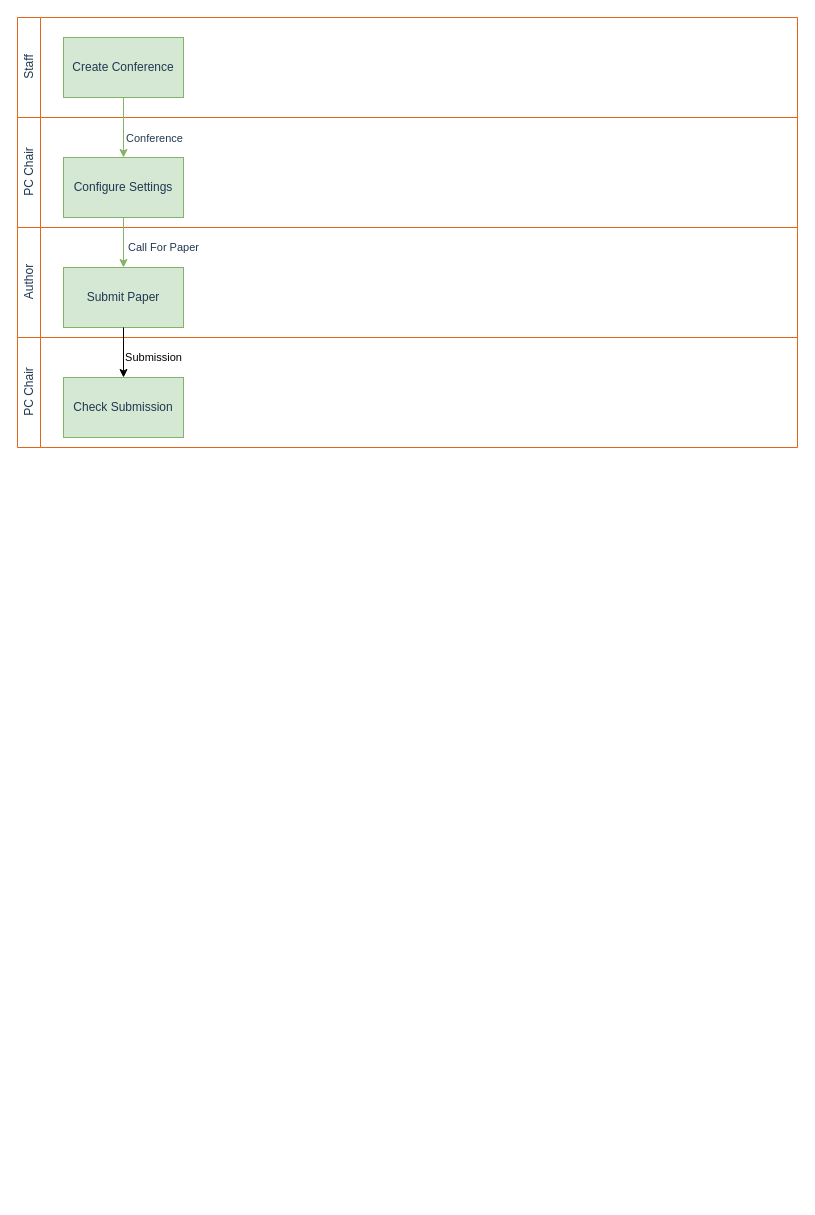
ThuongHoang456189/prepare-23-05-2023-files keeps this draw.io diagram as conference-management-workflow.drawio. Above is the earlier version. Source tidied: cells renumbered, new cells numbered last; positions are measured from the earlier drawing's top-left corner, leaving out a move shared by most shapes. Both pictures are drawn from the tidied source at 100%, with x=0, y=0 at pixel (17, 17).
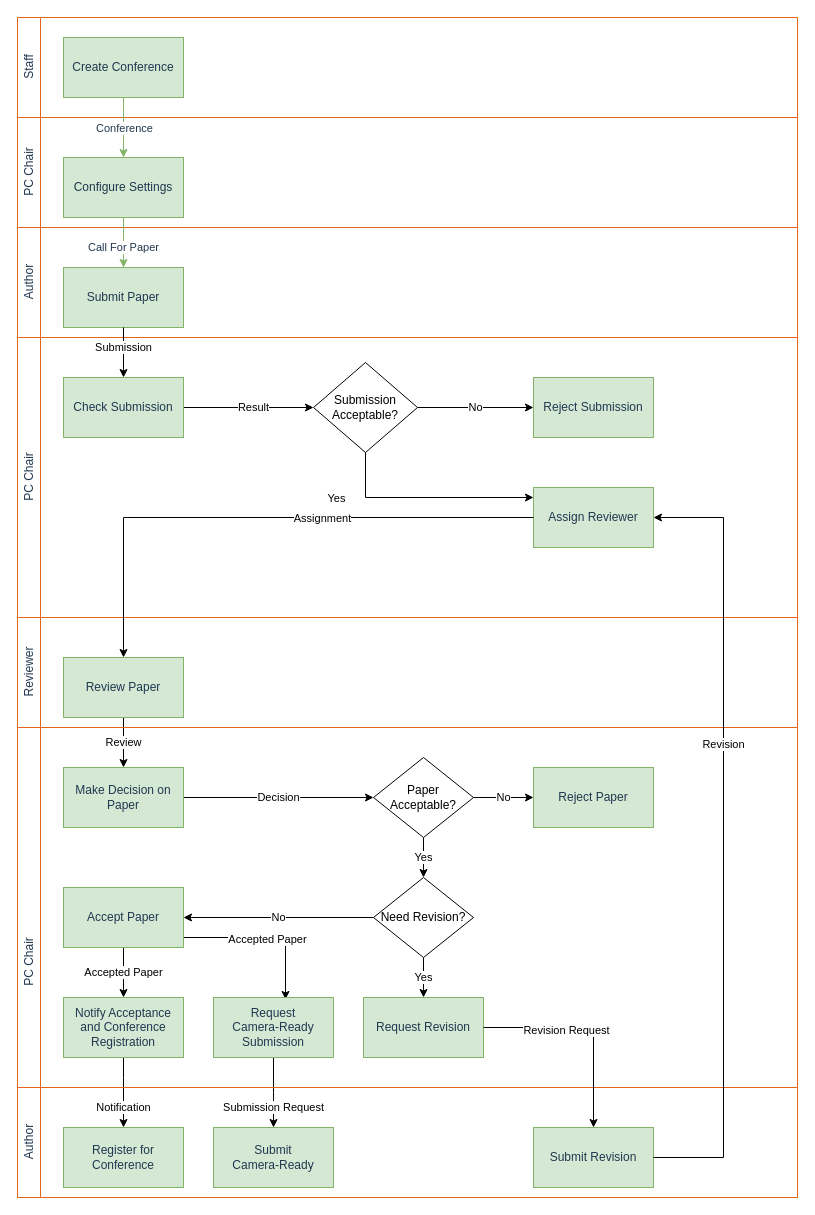
The same diagram, later.

Unchanged cells that the change refers to:
```xml
<mxCell id="5" value="&lt;font color=&quot;#203850&quot;&gt;Configure Settings&lt;/font&gt;" style="rounded=0;whiteSpace=wrap;html=1;fillColor=#d5e8d4;strokeColor=#82b366;" parent="4" vertex="1">
  <mxGeometry x="46" y="40" width="120" height="60" as="geometry" />
</mxCell>
<mxCell id="6" style="edgeStyle=orthogonalEdgeStyle;rounded=0;jettySize=auto;html=1;entryX=0.5;entryY=0;entryDx=0;entryDy=0;fillColor=#d5e8d4;strokeColor=#82b366;" parent="1" edge="1" source="3" target="5">
  <mxGeometry relative="1" as="geometry" />
</mxCell>
<mxCell id="9" value="&lt;font color=&quot;#203850&quot;&gt;Submit Paper&lt;/font&gt;" style="rounded=0;whiteSpace=wrap;html=1;fillColor=#d5e8d4;strokeColor=#82b366;" parent="8" vertex="1">
  <mxGeometry x="46" y="40" width="120" height="60" as="geometry" />
</mxCell>
<mxCell id="12" value="&lt;font color=&quot;#203850&quot;&gt;Check Submission&lt;/font&gt;" style="rounded=0;whiteSpace=wrap;html=1;fillColor=#d5e8d4;strokeColor=#82b366;" parent="11" vertex="1">
  <mxGeometry x="46" y="40" width="120" height="60" as="geometry" />
</mxCell>
```

Diff of the diagram source:
```diff
@@
     <mxCell id="7" value="&lt;font color=&quot;#203850&quot;&gt;Conference&lt;/font&gt;" style="edgeLabel;html=1;align=center;verticalAlign=middle;" parent="6" vertex="1">
       <mxGeometry x="-0.39" y="-1" relative="1" as="geometry">
-        <mxPoint x="31" y="22" as="offset" />
+        <mxPoint x="1" y="12" as="offset" />
       </mxGeometry>
     </mxCell>
@@
     <mxCell id="10" value="&lt;font color=&quot;#203850&quot;&gt;Call For Paper&lt;/font&gt;" style="edgeStyle=orthogonalEdgeStyle;rounded=0;jettySize=auto;html=1;exitX=0.5;exitY=1;exitDx=0;exitDy=0;entryX=0.5;entryY=0;entryDx=0;entryDy=0;strokeColor=#82b366;" parent="1" edge="1" source="5" target="9">
-      <mxGeometry x="0.2" y="40" relative="1" as="geometry" />
+      <mxGeometry x="0.2" relative="1" as="geometry" />
     </mxCell>
     <mxCell id="11" value="&lt;font color=&quot;#203850&quot;&gt;&lt;span style=&quot;font-weight: 400;&quot;&gt;PC Chair&lt;br&gt;&lt;/span&gt;&lt;/font&gt;" style="swimlane;horizontal=0;whiteSpace=wrap;html=1;strokeColor=#E66418;" parent="1" vertex="1">
-      <mxGeometry y="320" width="780" height="110" as="geometry" />
+      <mxGeometry y="320" width="780" height="280" as="geometry" />
     </mxCell>
+    <mxCell id="14" value="Result" style="edgeStyle=orthogonalEdgeStyle;rounded=0;jettySize=auto;html=1;entryX=0;entryY=0.5;entryDx=0;entryDy=0;" parent="11" edge="1" source="12" target="18">
+      <mxGeometry x="0.08" relative="1" as="geometry" />
+    </mxCell>
@@
+    <mxCell id="15" value="No" style="edgeStyle=orthogonalEdgeStyle;rounded=0;jettySize=auto;html=1;entryX=0;entryY=0.5;entryDx=0;entryDy=0;" parent="11" edge="1" source="18" target="19">
+      <mxGeometry relative="1" as="geometry" />
+    </mxCell>
+    <mxCell id="16" style="edgeStyle=orthogonalEdgeStyle;rounded=0;jettySize=auto;html=1;" parent="11" edge="1" source="18" target="20">
+      <mxGeometry relative="1" as="geometry">
+        <Array as="points">
+          <mxPoint x="348" y="160" />
+        </Array>
+      </mxGeometry>
+    </mxCell>
+    <mxCell id="17" value="Yes" style="edgeLabel;html=1;align=center;verticalAlign=middle;" parent="16" vertex="1">
+      <mxGeometry x="-0.22" relative="1" as="geometry">
+        <mxPoint x="-68" as="offset" />
+      </mxGeometry>
+    </mxCell>
+    <mxCell id="18" value="Submission Acceptable?" style="rhombus;whiteSpace=wrap;html=1;" parent="11" vertex="1">
+      <mxGeometry x="296" y="25" width="104" height="90" as="geometry" />
+    </mxCell>
+    <mxCell id="19" value="&lt;font color=&quot;#203850&quot;&gt;Reject Submission&lt;/font&gt;" style="rounded=0;whiteSpace=wrap;html=1;fillColor=#d5e8d4;strokeColor=#82b366;" parent="11" vertex="1">
+      <mxGeometry x="516" y="40" width="120" height="60" as="geometry" />
+    </mxCell>
+    <mxCell id="20" value="&lt;font color=&quot;#203850&quot;&gt;Assign Reviewer&lt;/font&gt;" style="rounded=0;whiteSpace=wrap;html=1;fillColor=#d5e8d4;strokeColor=#82b366;" parent="11" vertex="1">
+      <mxGeometry x="516" y="150" width="120" height="60" as="geometry" />
+    </mxCell>
     <mxCell id="13" value="Submission" style="edgeStyle=orthogonalEdgeStyle;rounded=0;jettySize=auto;html=1;exitX=0.5;exitY=1;exitDx=0;exitDy=0;entryX=0.5;entryY=0;entryDx=0;entryDy=0;" parent="1" edge="1" source="9" target="12">
-      <mxGeometry x="0.2" y="30" relative="1" as="geometry" />
+      <mxGeometry x="-0.2" relative="1" as="geometry" />
     </mxCell>
+    <mxCell id="21" value="Review" style="edgeStyle=orthogonalEdgeStyle;rounded=0;jettySize=auto;html=1;entryX=0.5;entryY=0;entryDx=0;entryDy=0;" parent="1" edge="1" source="23" target="28">
+      <mxGeometry relative="1" as="geometry" />
+    </mxCell>
+    <mxCell id="22" value="&lt;font color=&quot;#203850&quot;&gt;&lt;span style=&quot;font-weight: 400;&quot;&gt;Reviewer&lt;br&gt;&lt;/span&gt;&lt;/font&gt;" style="swimlane;horizontal=0;whiteSpace=wrap;html=1;strokeColor=#E66418;" parent="1" vertex="1">
+      <mxGeometry y="600" width="780" height="110" as="geometry" />
+    </mxCell>
+    <mxCell id="23" value="&lt;font color=&quot;#203850&quot;&gt;Review Paper&lt;/font&gt;" style="rounded=0;whiteSpace=wrap;html=1;fillColor=#d5e8d4;strokeColor=#82b366;" parent="22" vertex="1">
+      <mxGeometry x="46" y="40" width="120" height="60" as="geometry" />
+    </mxCell>
+    <mxCell id="24" style="edgeStyle=orthogonalEdgeStyle;rounded=0;jettySize=auto;html=1;entryX=0.5;entryY=0;entryDx=0;entryDy=0;" parent="1" edge="1" source="20" target="23">
+      <mxGeometry relative="1" as="geometry" />
+    </mxCell>
+    <mxCell id="25" value="Assignment" style="edgeLabel;html=1;align=center;verticalAlign=middle;" parent="24" vertex="1">
+      <mxGeometry x="-0.23" relative="1" as="geometry" />
+    </mxCell>
+    <mxCell id="26" value="&lt;font color=&quot;#203850&quot;&gt;&lt;span style=&quot;font-weight: 400;&quot;&gt;PC Chair&lt;br&gt;&lt;/span&gt;&lt;/font&gt;" style="swimlane;horizontal=0;whiteSpace=wrap;html=1;strokeColor=#E66418;" parent="1" vertex="1">
+      <mxGeometry y="710" width="780" height="470" as="geometry" />
+    </mxCell>
+    <mxCell id="27" value="Decision" style="edgeStyle=orthogonalEdgeStyle;rounded=0;jettySize=auto;html=1;" parent="26" edge="1" source="28" target="31">
+      <mxGeometry relative="1" as="geometry" />
+    </mxCell>
+    <mxCell id="28" value="&lt;font color=&quot;#203850&quot;&gt;Make Decision on Paper&lt;/font&gt;" style="rounded=0;whiteSpace=wrap;html=1;fillColor=#d5e8d4;strokeColor=#82b366;" parent="26" vertex="1">
+      <mxGeometry x="46" y="40" width="120" height="60" as="geometry" />
+    </mxCell>
+    <mxCell id="29" value="No" style="edgeStyle=orthogonalEdgeStyle;rounded=0;jettySize=auto;html=1;entryX=0;entryY=0.5;entryDx=0;entryDy=0;" parent="26" edge="1" source="31" target="32">
+      <mxGeometry relative="1" as="geometry" />
+    </mxCell>
+    <mxCell id="30" value="Yes" style="edgeStyle=orthogonalEdgeStyle;rounded=0;jettySize=auto;html=1;entryX=0.5;entryY=0;entryDx=0;entryDy=0;" parent="26" edge="1" source="31" target="35">
+      <mxGeometry relative="1" as="geometry" />
+    </mxCell>
+    <mxCell id="31" value="Paper Acceptable?" style="rhombus;whiteSpace=wrap;html=1;" parent="26" vertex="1">
+      <mxGeometry x="356" y="30" width="100" height="80" as="geometry" />
+    </mxCell>
+    <mxCell id="32" value="&lt;font color=&quot;#203850&quot;&gt;Reject Paper&lt;/font&gt;" style="rounded=0;whiteSpace=wrap;html=1;fillColor=#d5e8d4;strokeColor=#82b366;" parent="26" vertex="1">
+      <mxGeometry x="516" y="40" width="120" height="60" as="geometry" />
+    </mxCell>
+    <mxCell id="33" value="No" style="edgeStyle=orthogonalEdgeStyle;rounded=0;jettySize=auto;html=1;" parent="26" edge="1" source="35" target="39">
+      <mxGeometry relative="1" as="geometry" />
+    </mxCell>
+    <mxCell id="34" value="Yes" style="edgeStyle=orthogonalEdgeStyle;rounded=0;jettySize=auto;html=1;entryX=0.5;entryY=0;entryDx=0;entryDy=0;" parent="26" edge="1" source="35" target="40">
+      <mxGeometry relative="1" as="geometry" />
+    </mxCell>
+    <mxCell id="35" value="Need Revision?" style="rhombus;whiteSpace=wrap;html=1;" parent="26" vertex="1">
+      <mxGeometry x="356" y="150" width="100" height="80" as="geometry" />
+    </mxCell>
+    <mxCell id="36" value="Accepted Paper" style="edgeStyle=orthogonalEdgeStyle;rounded=0;jettySize=auto;html=1;entryX=0.5;entryY=0;entryDx=0;entryDy=0;" parent="26" edge="1" source="39" target="42">
+      <mxGeometry relative="1" as="geometry" />
+    </mxCell>
+    <mxCell id="37" style="edgeStyle=orthogonalEdgeStyle;rounded=0;jettySize=auto;html=1;entryX=0.6;entryY=0.033;entryDx=0;entryDy=0;entryPerimeter=0;" parent="26" edge="1" source="39" target="44">
+      <mxGeometry relative="1" as="geometry">
+        <Array as="points">
+          <mxPoint x="268" y="210" />
+        </Array>
+      </mxGeometry>
+    </mxCell>
+    <mxCell id="38" value="Accepted Paper" style="edgeLabel;html=1;align=center;verticalAlign=middle;" parent="37" vertex="1">
+      <mxGeometry x="0.01" y="-1" relative="1" as="geometry" />
+    </mxCell>
+    <mxCell id="39" value="&lt;font color=&quot;#203850&quot;&gt;Accept Paper&lt;/font&gt;" style="rounded=0;whiteSpace=wrap;html=1;fillColor=#d5e8d4;strokeColor=#82b366;" parent="26" vertex="1">
+      <mxGeometry x="46" y="160" width="120" height="60" as="geometry" />
+    </mxCell>
+    <mxCell id="40" value="&lt;font color=&quot;#203850&quot;&gt;Request Revision&lt;/font&gt;" style="rounded=0;whiteSpace=wrap;html=1;fillColor=#d5e8d4;strokeColor=#82b366;" parent="26" vertex="1">
+      <mxGeometry x="346" y="270" width="120" height="60" as="geometry" />
+    </mxCell>
+    <mxCell id="41" value="Notification" style="edgeStyle=orthogonalEdgeStyle;rounded=0;jettySize=auto;html=1;" parent="26" edge="1" source="42" target="48">
+      <mxGeometry x="0.43" relative="1" as="geometry">
+        <Array as="points">
+          <mxPoint x="106" y="350" />
+          <mxPoint x="106" y="350" />
+        </Array>
+      </mxGeometry>
+    </mxCell>
+    <mxCell id="42" value="&lt;font color=&quot;#203850&quot;&gt;Notify Acceptance and Conference Registration&lt;/font&gt;" style="rounded=0;whiteSpace=wrap;html=1;fillColor=#d5e8d4;strokeColor=#82b366;" parent="26" vertex="1">
+      <mxGeometry x="46" y="270" width="120" height="60" as="geometry" />
+    </mxCell>
+    <mxCell id="43" value="Submission Request" style="edgeStyle=orthogonalEdgeStyle;rounded=0;jettySize=auto;html=1;" parent="26" edge="1" source="44" target="47">
+      <mxGeometry x="0.43" relative="1" as="geometry">
+        <Array as="points">
+          <mxPoint x="256" y="365" />
+          <mxPoint x="256" y="365" />
+        </Array>
+      </mxGeometry>
+    </mxCell>
+    <mxCell id="44" value="&lt;font color=&quot;#203850&quot;&gt;Request &lt;br&gt;Camera-Ready Submission&lt;/font&gt;" style="rounded=0;whiteSpace=wrap;html=1;fillColor=#d5e8d4;strokeColor=#82b366;" parent="26" vertex="1">
+      <mxGeometry x="196" y="270" width="120" height="60" as="geometry" />
+    </mxCell>
+    <mxCell id="45" value="&lt;font color=&quot;#203850&quot;&gt;&lt;span style=&quot;font-weight: 400;&quot;&gt;Author&lt;br&gt;&lt;/span&gt;&lt;/font&gt;" style="swimlane;horizontal=0;whiteSpace=wrap;html=1;strokeColor=#E66418;" parent="26" vertex="1">
+      <mxGeometry y="360" width="780" height="110" as="geometry" />
+    </mxCell>
+    <mxCell id="46" value="&lt;font color=&quot;#203850&quot;&gt;Submit Revision&lt;/font&gt;" style="rounded=0;whiteSpace=wrap;html=1;fillColor=#d5e8d4;strokeColor=#82b366;" parent="45" vertex="1">
+      <mxGeometry x="516" y="40" width="120" height="60" as="geometry" />
+    </mxCell>
+    <mxCell id="47" value="&lt;font color=&quot;#203850&quot;&gt;Submit &lt;br&gt;Camera-Ready&lt;/font&gt;" style="rounded=0;whiteSpace=wrap;html=1;fillColor=#d5e8d4;strokeColor=#82b366;" parent="45" vertex="1">
+      <mxGeometry x="196" y="40" width="120" height="60" as="geometry" />
+    </mxCell>
+    <mxCell id="48" value="&lt;font color=&quot;#203850&quot;&gt;Register for Conference&lt;/font&gt;" style="rounded=0;whiteSpace=wrap;html=1;fillColor=#d5e8d4;strokeColor=#82b366;" parent="45" vertex="1">
+      <mxGeometry x="46" y="40" width="120" height="60" as="geometry" />
+    </mxCell>
+    <mxCell id="49" style="edgeStyle=orthogonalEdgeStyle;rounded=0;jettySize=auto;html=1;" parent="26" edge="1" source="40" target="46">
+      <mxGeometry relative="1" as="geometry" />
+    </mxCell>
+    <mxCell id="50" value="Revision Request" style="edgeLabel;html=1;align=center;verticalAlign=middle;" parent="49" vertex="1">
+      <mxGeometry x="-0.22" y="-2" relative="1" as="geometry" />
+    </mxCell>
+    <mxCell id="51" style="edgeStyle=orthogonalEdgeStyle;rounded=0;jettySize=auto;html=1;exitX=1;exitY=0.5;exitDx=0;exitDy=0;entryX=1;entryY=0.5;entryDx=0;entryDy=0;" parent="1" edge="1" source="46" target="20">
+      <mxGeometry relative="1" as="geometry">
+        <Array as="points">
+          <mxPoint x="706" y="1140" />
+          <mxPoint x="706" y="500" />
+        </Array>
+      </mxGeometry>
+    </mxCell>
+    <mxCell id="52" value="Revision" style="edgeLabel;html=1;align=center;verticalAlign=middle;" parent="51" vertex="1">
+      <mxGeometry x="0.24" y="1" relative="1" as="geometry" />
+    </mxCell>
```
